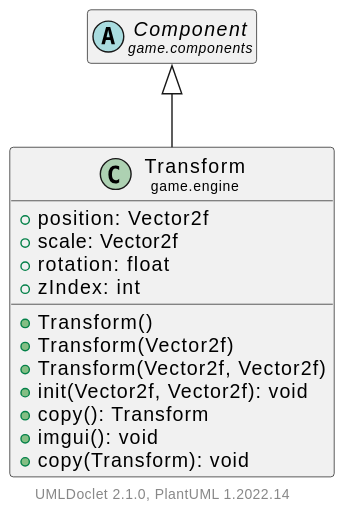
Hirschiii/JavaGameEngine keeps this PlantUML diagram as doc/javadoc/game/engine/Transform.svg. Above is the earlier version.
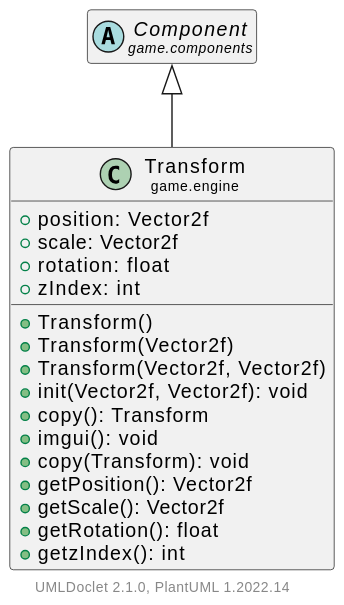
The same file after the commit.

Diff of the diagram source:
```diff
@@ -15,6 +15,10 @@
         +copy(): Transform
         +imgui(): void
         +copy(Transform): void
+        +getPosition(): Vector2f
+        +getScale(): Vector2f
+        +getRotation(): float
+        +getzIndex(): int
     }
 
     abstract class "<size:14>Component\n<size:10>game.components" as game.components.Component [[../components/Component.html]]
```
